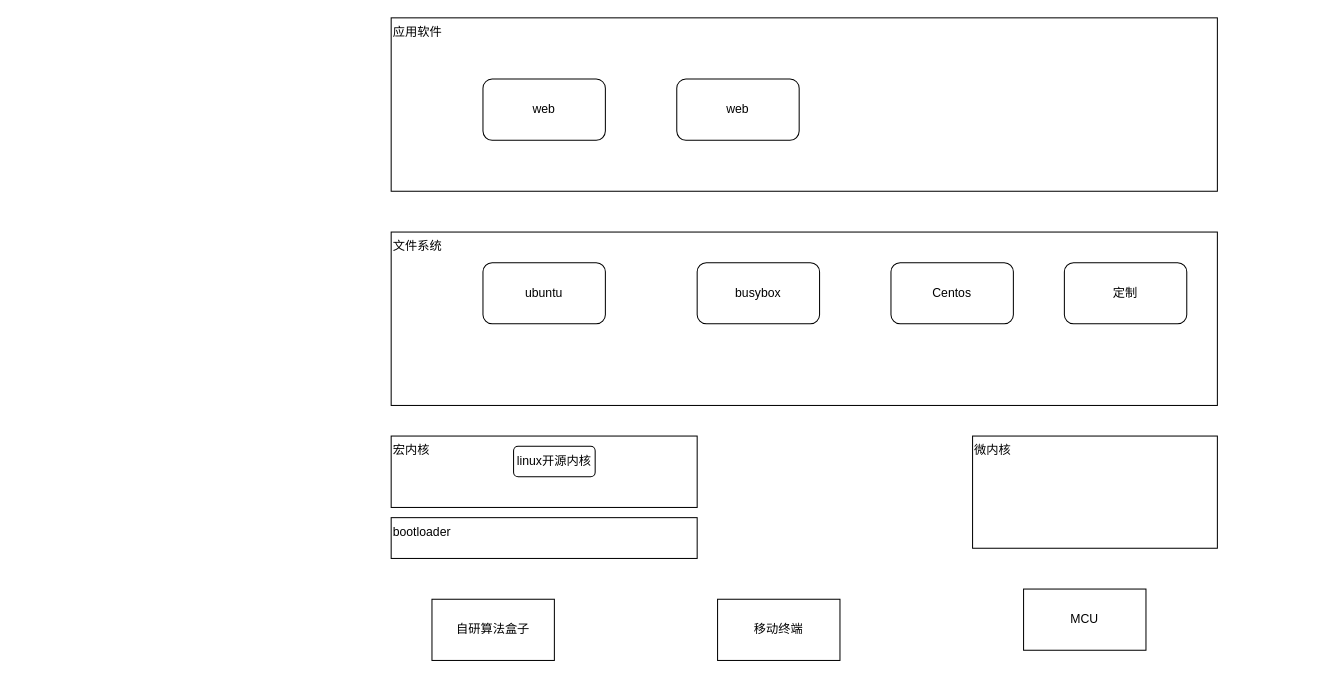
This is platform_design.drawio from qiaoshouxing/draw.io, a draw.io file, before an edit. Source tidied: cells renumbered, new cells numbered last; positions are measured from the earlier drawing's top-left corner, leaving out a move shared by most shapes. Both pictures are drawn from the tidied source at 102%, with x=0, y=0 at pixel (391, 17).
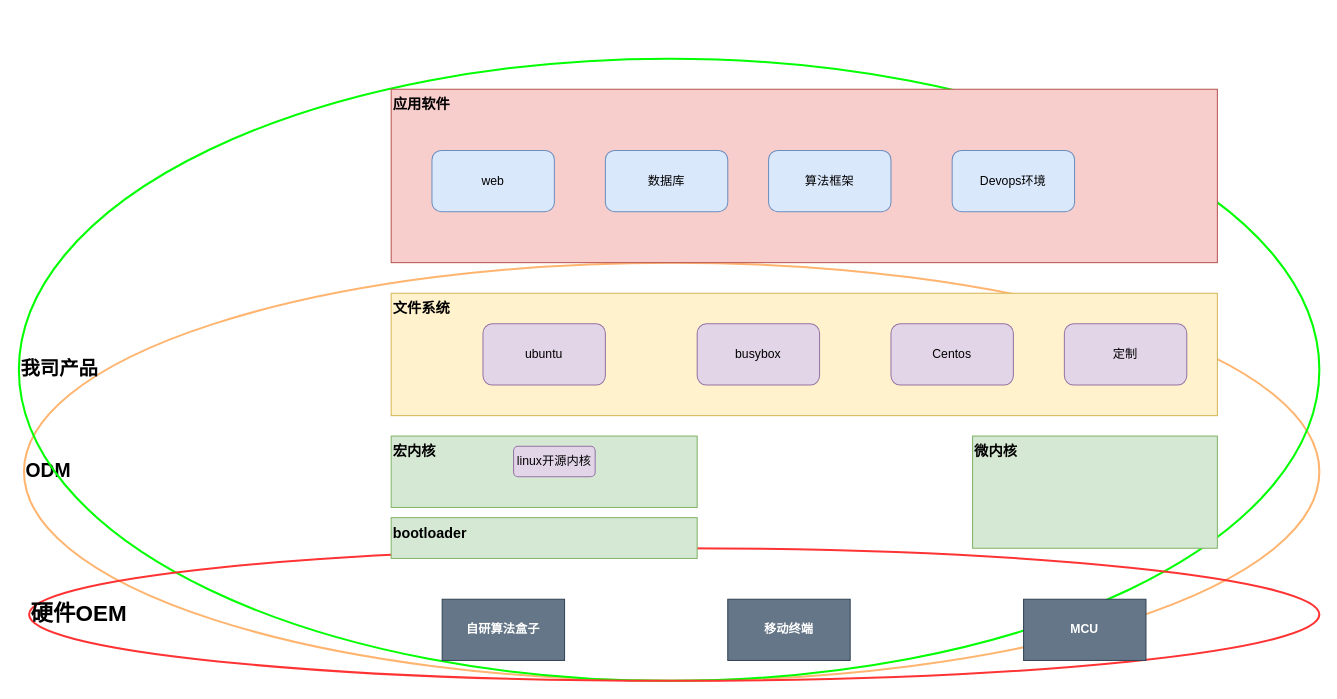
The same page after the edit.

The edit, as a diff of the source:
```diff
@@
+    <mxCell id="17" value="&lt;font color=&quot;#000000&quot; style=&quot;font-size: 19px&quot;&gt;&lt;b&gt;ODM&lt;/b&gt;&lt;/font&gt;" style="ellipse;whiteSpace=wrap;html=1;labelBackgroundColor=none;fillColor=none;fontSize=14;fontColor=#999999;align=left;strokeColor=#FFB570;strokeWidth=2;" parent="1" vertex="1">
+      <mxGeometry x="-360" y="240" width="1270" height="410" as="geometry" />
+    </mxCell>
+    <mxCell id="18" value="&lt;font color=&quot;#000000&quot;&gt;&lt;span style=&quot;font-size: 19px&quot;&gt;&lt;b&gt;我司产品&lt;/b&gt;&lt;/span&gt;&lt;/font&gt;" style="ellipse;whiteSpace=wrap;html=1;labelBackgroundColor=none;fillColor=none;fontSize=14;fontColor=#999999;align=left;strokeColor=#00FF00;strokeWidth=2;" parent="1" vertex="1">
+      <mxGeometry x="-365" y="40" width="1275" height="610" as="geometry" />
+    </mxCell>
+    <mxCell id="19" value="&lt;font color=&quot;#000000&quot; size=&quot;1&quot;&gt;&lt;b style=&quot;font-size: 22px&quot;&gt;硬件OEM&lt;/b&gt;&lt;/font&gt;" style="ellipse;whiteSpace=wrap;html=1;labelBackgroundColor=none;fontSize=14;fontColor=#999999;align=left;fillColor=none;strokeColor=#FF3333;strokeWidth=2;" parent="1" vertex="1">
+      <mxGeometry x="-355" y="520" width="1265" height="130" as="geometry" />
+    </mxCell>
-    <mxCell id="2" value="自研算法盒子" style="rounded=0;whiteSpace=wrap;html=1;" parent="1" vertex="1">
-      <mxGeometry x="40" y="570" width="120" height="60" as="geometry" />
+    <mxCell id="2" value="自研算法盒子" style="rounded=0;whiteSpace=wrap;html=1;labelBackgroundColor=none;fillColor=#647687;strokeColor=#314354;fontColor=#ffffff;fontStyle=1;" parent="1" vertex="1">
+      <mxGeometry x="50" y="570" width="120" height="60" as="geometry" />
     </mxCell>
-    <mxCell id="3" value="移动终端" style="rounded=0;whiteSpace=wrap;html=1;" parent="1" vertex="1">
-      <mxGeometry x="320" y="570" width="120" height="60" as="geometry" />
-    </mxCell>
-    <mxCell id="4" value="宏内核" style="rounded=0;whiteSpace=wrap;html=1;align=left;verticalAlign=top;" parent="1" vertex="1">
+    <mxCell id="4" value="宏内核" style="rounded=0;whiteSpace=wrap;html=1;align=left;verticalAlign=top;fillColor=#d5e8d4;strokeColor=#82b366;fontStyle=1;fontSize=14;" parent="1" vertex="1">
       <mxGeometry y="410" width="300" height="70" as="geometry" />
     </mxCell>
-    <mxCell id="5" value="文件系统" style="rounded=0;whiteSpace=wrap;html=1;align=left;verticalAlign=top;" parent="1" vertex="1">
-      <mxGeometry y="210" width="810" height="170" as="geometry" />
+    <mxCell id="5" value="文件系统" style="rounded=0;whiteSpace=wrap;html=1;align=left;verticalAlign=top;fontStyle=1;fontSize=14;fillColor=#fff2cc;strokeColor=#d6b656;" parent="1" vertex="1">
+      <mxGeometry y="270" width="810" height="120" as="geometry" />
     </mxCell>
-    <mxCell id="6" value="应用软件" style="rounded=0;whiteSpace=wrap;html=1;align=left;verticalAlign=top;" parent="1" vertex="1">
-      <mxGeometry width="810" height="170" as="geometry" />
+    <mxCell id="6" value="应用软件" style="rounded=0;whiteSpace=wrap;html=1;align=left;verticalAlign=top;fontStyle=1;fontSize=14;fillColor=#f8cecc;strokeColor=#b85450;" parent="1" vertex="1">
+      <mxGeometry y="70" width="810" height="170" as="geometry" />
     </mxCell>
-    <mxCell id="7" value="ubuntu" style="rounded=1;whiteSpace=wrap;html=1;align=center;" parent="1" vertex="1">
-      <mxGeometry x="90" y="240" width="120" height="60" as="geometry" />
+    <mxCell id="7" value="ubuntu" style="rounded=1;whiteSpace=wrap;html=1;align=center;fillColor=#e1d5e7;strokeColor=#9673a6;" parent="1" vertex="1">
+      <mxGeometry x="90" y="300" width="120" height="60" as="geometry" />
     </mxCell>
-    <mxCell id="8" value="busybox" style="rounded=1;whiteSpace=wrap;html=1;align=center;" parent="1" vertex="1">
-      <mxGeometry x="300" y="240" width="120" height="60" as="geometry" />
+    <mxCell id="8" value="busybox" style="rounded=1;whiteSpace=wrap;html=1;align=center;fillColor=#e1d5e7;strokeColor=#9673a6;" parent="1" vertex="1">
+      <mxGeometry x="300" y="300" width="120" height="60" as="geometry" />
     </mxCell>
-    <mxCell id="9" value="定制" style="rounded=1;whiteSpace=wrap;html=1;align=center;" parent="1" vertex="1">
-      <mxGeometry x="660" y="240" width="120" height="60" as="geometry" />
+    <mxCell id="9" value="定制" style="rounded=1;whiteSpace=wrap;html=1;align=center;fillColor=#e1d5e7;strokeColor=#9673a6;" parent="1" vertex="1">
+      <mxGeometry x="660" y="300" width="120" height="60" as="geometry" />
     </mxCell>
-    <mxCell id="10" value="bootloader" style="rounded=0;whiteSpace=wrap;html=1;align=left;verticalAlign=top;" parent="1" vertex="1">
+    <mxCell id="10" value="bootloader" style="rounded=0;whiteSpace=wrap;html=1;align=left;verticalAlign=top;fillColor=#d5e8d4;strokeColor=#82b366;fontStyle=1;fontSize=14;" parent="1" vertex="1">
       <mxGeometry y="490" width="300" height="40" as="geometry" />
     </mxCell>
-    <mxCell id="11" value="linux开源内核" style="rounded=1;whiteSpace=wrap;html=1;align=center;" parent="1" vertex="1">
+    <mxCell id="11" value="linux开源内核" style="rounded=1;whiteSpace=wrap;html=1;align=center;fillColor=#e1d5e7;strokeColor=#9673a6;" parent="1" vertex="1">
       <mxGeometry x="120" y="420" width="80" height="30" as="geometry" />
     </mxCell>
-    <mxCell id="12" value="微内核" style="rounded=0;whiteSpace=wrap;html=1;align=left;verticalAlign=top;" parent="1" vertex="1">
+    <mxCell id="12" value="微内核" style="rounded=0;whiteSpace=wrap;html=1;align=left;verticalAlign=top;fillColor=#d5e8d4;strokeColor=#82b366;fontStyle=1;fontSize=14;" parent="1" vertex="1">
       <mxGeometry x="570" y="410" width="240" height="110" as="geometry" />
     </mxCell>
-    <mxCell id="13" value="MCU" style="rounded=0;whiteSpace=wrap;html=1;" parent="1" vertex="1">
-      <mxGeometry x="620" y="560" width="120" height="60" as="geometry" />
-    </mxCell>
-    <mxCell id="14" value="Centos" style="rounded=1;whiteSpace=wrap;html=1;align=center;" parent="1" vertex="1">
-      <mxGeometry x="490" y="240" width="120" height="60" as="geometry" />
+    <mxCell id="14" value="Centos" style="rounded=1;whiteSpace=wrap;html=1;align=center;fillColor=#e1d5e7;strokeColor=#9673a6;" parent="1" vertex="1">
+      <mxGeometry x="490" y="300" width="120" height="60" as="geometry" />
     </mxCell>
-    <mxCell id="15" value="web" style="rounded=1;whiteSpace=wrap;html=1;align=center;" parent="1" vertex="1">
-      <mxGeometry x="90" y="60" width="120" height="60" as="geometry" />
+    <mxCell id="15" value="web" style="rounded=1;whiteSpace=wrap;html=1;align=center;fillColor=#dae8fc;strokeColor=#6c8ebf;" parent="1" vertex="1">
+      <mxGeometry x="40" y="130" width="120" height="60" as="geometry" />
     </mxCell>
-    <mxCell id="16" value="web" style="rounded=1;whiteSpace=wrap;html=1;align=center;" parent="1" vertex="1">
-      <mxGeometry x="280" y="60" width="120" height="60" as="geometry" />
+    <mxCell id="16" value="数据库" style="rounded=1;whiteSpace=wrap;html=1;align=center;fillColor=#dae8fc;strokeColor=#6c8ebf;" parent="1" vertex="1">
+      <mxGeometry x="210" y="130" width="120" height="60" as="geometry" />
     </mxCell>
+    <mxCell id="20" value="算法框架" style="rounded=1;whiteSpace=wrap;html=1;align=center;fillColor=#dae8fc;strokeColor=#6c8ebf;" parent="1" vertex="1">
+      <mxGeometry x="370" y="130" width="120" height="60" as="geometry" />
+    </mxCell>
+    <mxCell id="21" value="Devops环境" style="rounded=1;whiteSpace=wrap;html=1;align=center;fillColor=#dae8fc;strokeColor=#6c8ebf;" parent="1" vertex="1">
+      <mxGeometry x="550" y="130" width="120" height="60" as="geometry" />
+    </mxCell>
+    <mxCell id="13" value="MCU" style="rounded=0;whiteSpace=wrap;html=1;labelBackgroundColor=none;fillColor=#647687;strokeColor=#314354;fontColor=#ffffff;fontStyle=1;" parent="1" vertex="1">
+      <mxGeometry x="620" y="570" width="120" height="60" as="geometry" />
+    </mxCell>
+    <mxCell id="3" value="移动终端" style="rounded=0;whiteSpace=wrap;html=1;labelBackgroundColor=none;fillColor=#647687;strokeColor=#314354;fontColor=#ffffff;fontStyle=1;" parent="1" vertex="1">
+      <mxGeometry x="330" y="570" width="120" height="60" as="geometry" />
+    </mxCell>
```
